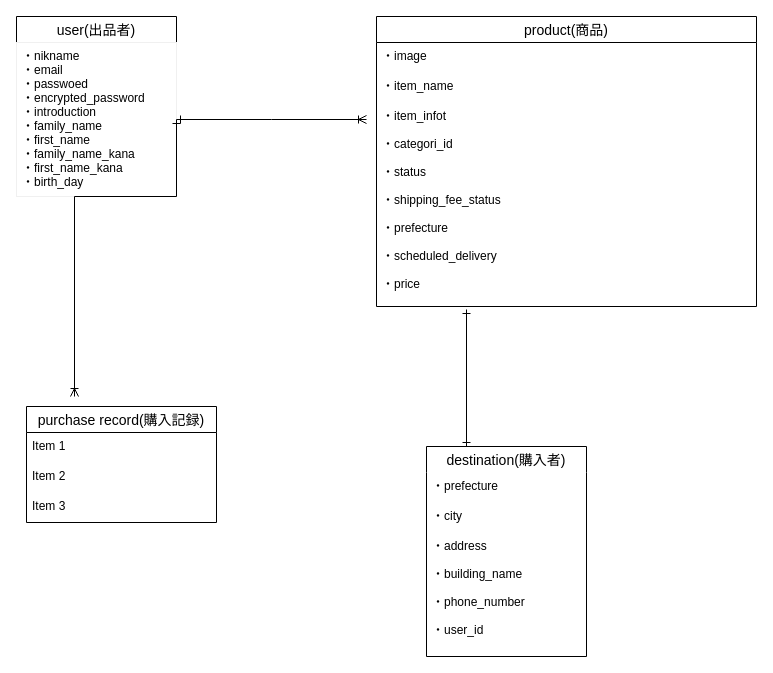
Above: ER図.dio in Libeka/furima-34260 (draw.io), before the change. Source tidied: cells renumbered, new cells numbered last; positions are measured from the earlier drawing's top-left corner, leaving out a move shared by most shapes. Both pictures are drawn from the tidied source at 100%, with x=0, y=0 at pixel (16, 16).
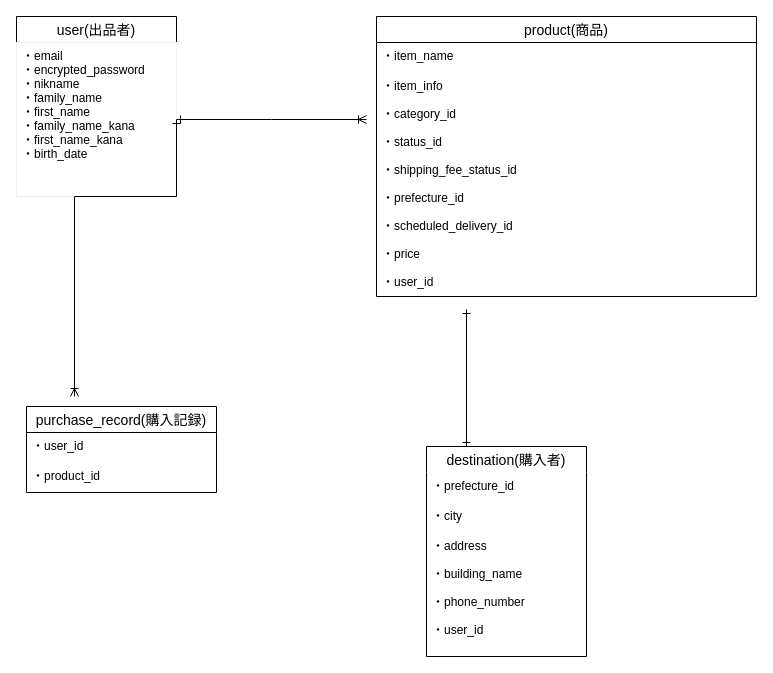
The same diagram, later.

Unchanged cells that the change refers to:
```xml
<mxCell id="2" value="user(出品者)" style="swimlane;fontStyle=0;horizontal=1;startSize=26;align=center;fontSize=14;" parent="1" vertex="1">
  <mxGeometry width="160" height="180" as="geometry" />
</mxCell>
<mxCell id="9" value="destination(購入者)" style="swimlane;fontStyle=0;horizontal=1;startSize=26;align=center;fontSize=14;swimlaneLine=0;" parent="1" vertex="1">
  <mxGeometry x="410" y="430" width="160" height="210" as="geometry" />
</mxCell>
```

The edit, as a diff of the source:
```diff
@@
-    <mxCell id="3" value="・nikname&#10;・email&#10;・passwoed&#10;・encrypted_password&#10;・introduction&#10;・family_name&#10;・first_name&#10;・family_name_kana&#10;・first_name_kana&#10;・birth_day" style="text;fillColor=none;spacingLeft=4;spacingRight=4;overflow=hidden;points=[[0,0.5],[1,0.5]];portConstraint=eastwest;fontSize=12;strokeColor=#f0f0f0;" parent="2" vertex="1">
+    <mxCell id="3" value="・email&#10;・encrypted_password&#10;・nikname&#10;・family_name&#10;・first_name&#10;・family_name_kana&#10;・first_name_kana&#10;・birth_date" style="text;fillColor=none;spacingLeft=4;spacingRight=4;overflow=hidden;points=[[0,0.5],[1,0.5]];portConstraint=eastwest;fontSize=12;strokeColor=#f0f0f0;" parent="2" vertex="1">
       <mxGeometry y="26" width="160" height="154" as="geometry" />
     </mxCell>
     <mxCell id="4" value="product(商品)" style="swimlane;fontStyle=0;horizontal=1;startSize=26;align=center;fontSize=14;" parent="1" vertex="1">
-      <mxGeometry x="360" width="380" height="290" as="geometry" />
+      <mxGeometry x="360" width="380" height="280" as="geometry" />
     </mxCell>
-    <mxCell id="5" value="・image" style="text;strokeColor=none;fillColor=none;spacingLeft=4;spacingRight=4;overflow=hidden;fontSize=12;" parent="4" vertex="1">
-      <mxGeometry y="26" width="380" height="30" as="geometry" />
-    </mxCell>
     <mxCell id="6" value="・item_name" style="text;strokeColor=none;fillColor=none;spacingLeft=4;spacingRight=4;overflow=hidden;fontSize=12;" parent="4" vertex="1">
-      <mxGeometry y="56" width="380" height="30" as="geometry" />
+      <mxGeometry y="26" width="380" height="30" as="geometry" />
     </mxCell>
-    <mxCell id="7" value="・item_infot&#10;&#10;・categori_id&#10;&#10;・status&#10;&#10;・shipping_fee_status&#10;&#10;・prefecture&#10;&#10;・scheduled_delivery&#10;&#10;・price" style="text;strokeColor=none;fillColor=none;spacingLeft=4;spacingRight=4;overflow=hidden;fontSize=12;" parent="4" vertex="1">
-      <mxGeometry y="86" width="380" height="204" as="geometry" />
+    <mxCell id="7" value="・item_info&#10;&#10;・category_id&#10;&#10;・status_id&#10;&#10;・shipping_fee_status_id&#10;&#10;・prefecture_id&#10;&#10;・scheduled_delivery_id&#10;&#10;・price&#10;&#10;・user_id&#10;&#10;&#10;" style="text;strokeColor=none;fillColor=none;spacingLeft=4;spacingRight=4;overflow=hidden;fontSize=12;" parent="4" vertex="1">
+      <mxGeometry y="56" width="380" height="224" as="geometry" />
     </mxCell>
@@
-    <mxCell id="10" value="・prefecture" style="text;strokeColor=none;fillColor=none;spacingLeft=4;spacingRight=4;overflow=hidden;fontSize=12;" parent="9" vertex="1">
+    <mxCell id="10" value="・prefecture_id" style="text;strokeColor=none;fillColor=none;spacingLeft=4;spacingRight=4;overflow=hidden;fontSize=12;" parent="9" vertex="1">
       <mxGeometry y="26" width="160" height="30" as="geometry" />
     </mxCell>
@@
-    <mxCell id="13" value="purchase record(購入記録)" style="swimlane;fontStyle=0;horizontal=1;startSize=26;align=center;fontSize=14;" parent="1" vertex="1">
-      <mxGeometry x="10" y="390" width="190" height="116" as="geometry" />
+    <mxCell id="13" value="purchase_record(購入記録)" style="swimlane;fontStyle=0;horizontal=1;startSize=26;align=center;fontSize=14;" parent="1" vertex="1">
+      <mxGeometry x="10" y="390" width="190" height="86" as="geometry" />
     </mxCell>
-    <mxCell id="14" value="Item 1" style="text;strokeColor=none;fillColor=none;spacingLeft=4;spacingRight=4;overflow=hidden;fontSize=12;" parent="13" vertex="1">
+    <mxCell id="14" value="・user_id" style="text;strokeColor=none;fillColor=none;spacingLeft=4;spacingRight=4;overflow=hidden;fontSize=12;" parent="13" vertex="1">
       <mxGeometry y="26" width="190" height="30" as="geometry" />
     </mxCell>
-    <mxCell id="15" value="Item 2" style="text;strokeColor=none;fillColor=none;spacingLeft=4;spacingRight=4;overflow=hidden;fontSize=12;" parent="13" vertex="1">
-      <mxGeometry y="56" width="190" height="30" as="geometry" />
-    </mxCell>
-    <mxCell id="16" value="Item 3" style="text;strokeColor=none;fillColor=none;spacingLeft=4;spacingRight=4;overflow=hidden;fontSize=12;" parent="13" vertex="1">
-      <mxGeometry y="86" width="190" height="30" as="geometry" />
+    <mxCell id="16" value="・product_id" style="text;strokeColor=none;fillColor=none;spacingLeft=4;spacingRight=4;overflow=hidden;fontSize=12;" parent="13" vertex="1">
+      <mxGeometry y="56" width="190" height="30" as="geometry" />
     </mxCell>
```
